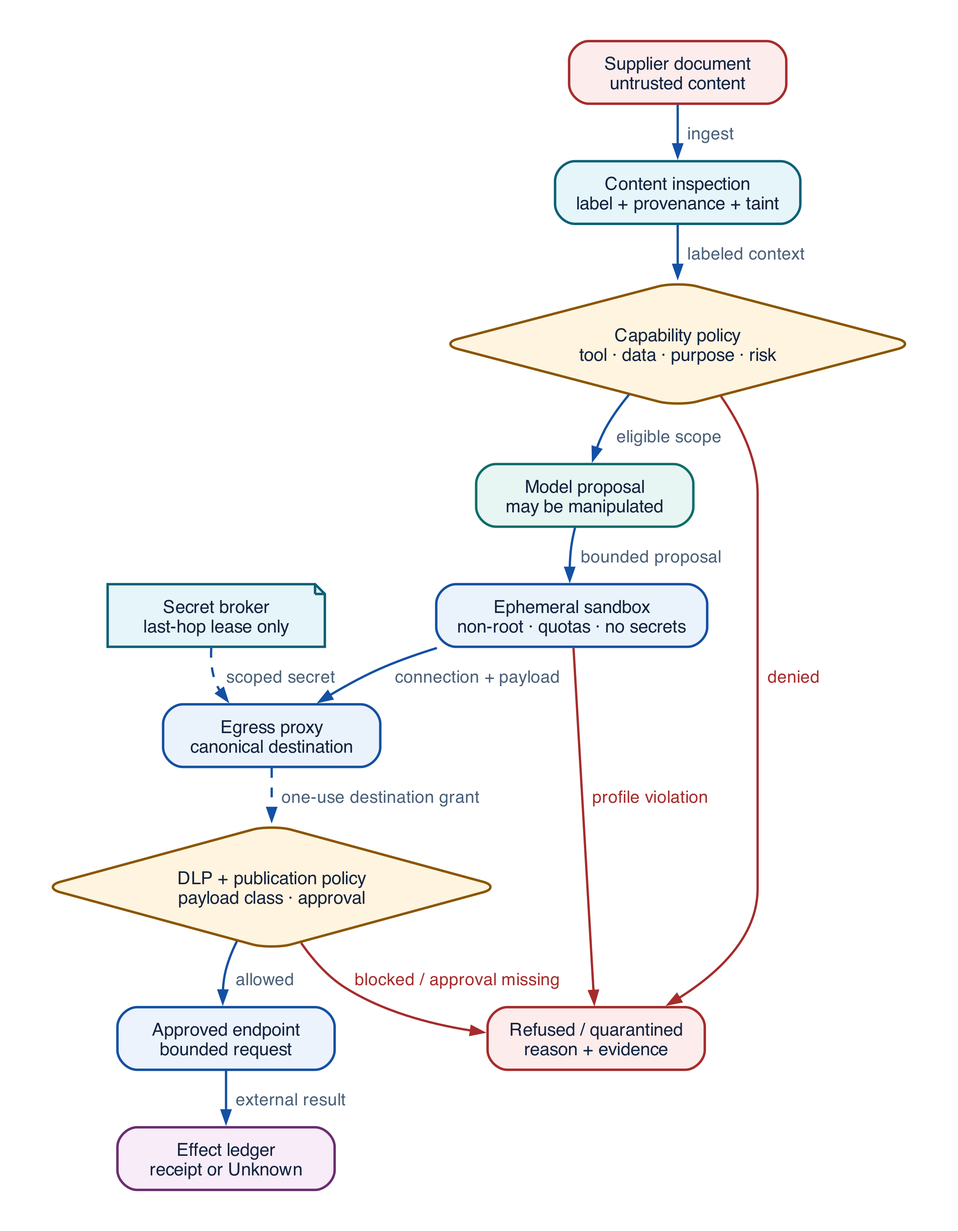
The Graphviz diagram assets/diagrams/sandbox-egress.png in rrahimi-uci/building-enterprise-general-intelligence, before a commit. Its source is kept beside it as assets/diagrams/src/sandbox-egress.gv. The source it was exported from:
```dot
digraph sandbox_egress {
  rankdir = TB
  graph [ranksep=0.34, nodesep=0.28]
  node [width=1.85, fontsize=11]

  artifact [label="Supplier document\nuntrusted content", fillcolor="#FCECEC", color="#A62C2C"]
  inspect [label="Content inspection\nlabel + provenance + taint", fillcolor="#E6F5F9", color="#0B6076"]
  capability [label="Capability policy\ntool · data · purpose · risk", shape=diamond,
              fillcolor="#FFF4DF", color="#8A5600", width=2.1]
  model [label="Model proposal\nmay be manipulated", fillcolor="#E7F5F3", color="#0D6E69"]
  sandbox [label="Ephemeral sandbox\nnon-root · quotas · no secrets", fillcolor="#EAF3FB", color="#1450A3"]
  egress [label="Egress proxy\ncanonical destination", fillcolor="#EAF3FB", color="#1450A3"]
  dlp [label="DLP + publication policy\npayload class · approval", shape=diamond,
       fillcolor="#FFF4DF", color="#8A5600", width=2.1]
  credential [label="Secret broker\nlast-hop lease only", shape=note,
              fillcolor="#E6F5F9", color="#0B6076"]
  endpoint [label="Approved endpoint\nbounded request", fillcolor="#EDF3FC", color="#1450A3"]
  effect [label="Effect ledger\nreceipt or Unknown", fillcolor="#F7ECF8", color="#6A2E6E"]
  refused [label="Refused / quarantined\nreason + evidence", fillcolor="#FCECEC", color="#A62C2C"]

  artifact -> inspect [label="  ingest  "]
  inspect -> capability [label="  labeled context  "]
  capability -> model [label="  eligible scope  "]
  capability -> refused [label="  denied  ", color="#A62C2C", fontcolor="#A62C2C"]
  model -> sandbox [label="  bounded proposal  "]
  sandbox -> egress [label="  connection + payload  "]
  sandbox -> refused [label="  profile violation  ", color="#A62C2C", fontcolor="#A62C2C"]
  egress -> dlp [label="  one-use destination grant  ", style=dashed]
  credential -> egress [label="  scoped secret  ", style=dashed]
  dlp -> endpoint [label="  allowed  "]
  dlp -> refused [label="  blocked / approval missing  ", color="#A62C2C", fontcolor="#A62C2C"]
  endpoint -> effect [label="  external result  "]
}
```
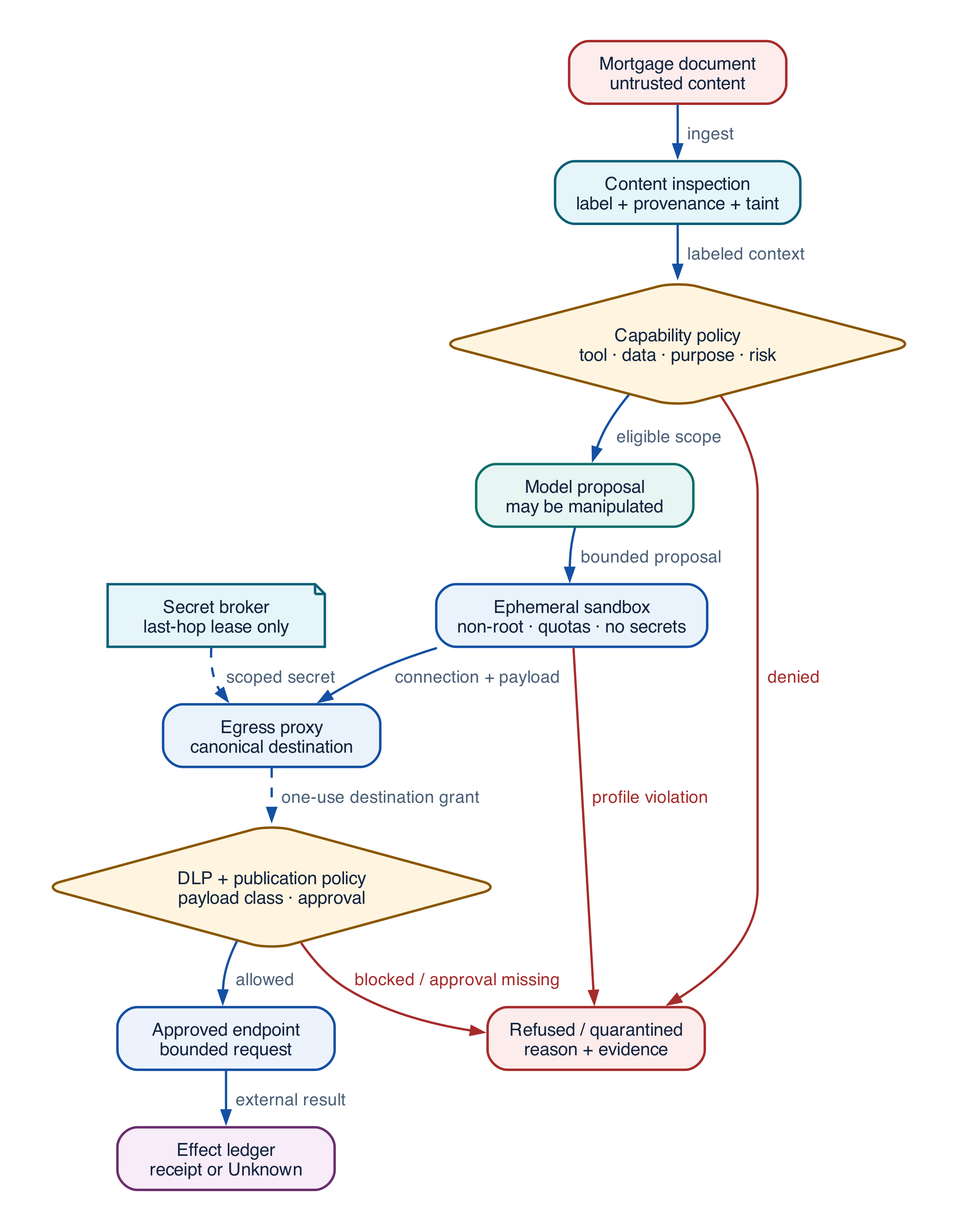
Later version of the same file.

The edit, as a diff of the source:
```diff
@@ -3,7 +3,7 @@
   graph [ranksep=0.34, nodesep=0.28]
   node [width=1.85, fontsize=11]
 
-  artifact [label="Supplier document\nuntrusted content", fillcolor="#FCECEC", color="#A62C2C"]
+  artifact [label="Mortgage document\nuntrusted content", fillcolor="#FCECEC", color="#A62C2C"]
   inspect [label="Content inspection\nlabel + provenance + taint", fillcolor="#E6F5F9", color="#0B6076"]
   capability [label="Capability policy\ntool · data · purpose · risk", shape=diamond,
               fillcolor="#FFF4DF", color="#8A5600", width=2.1]
```
